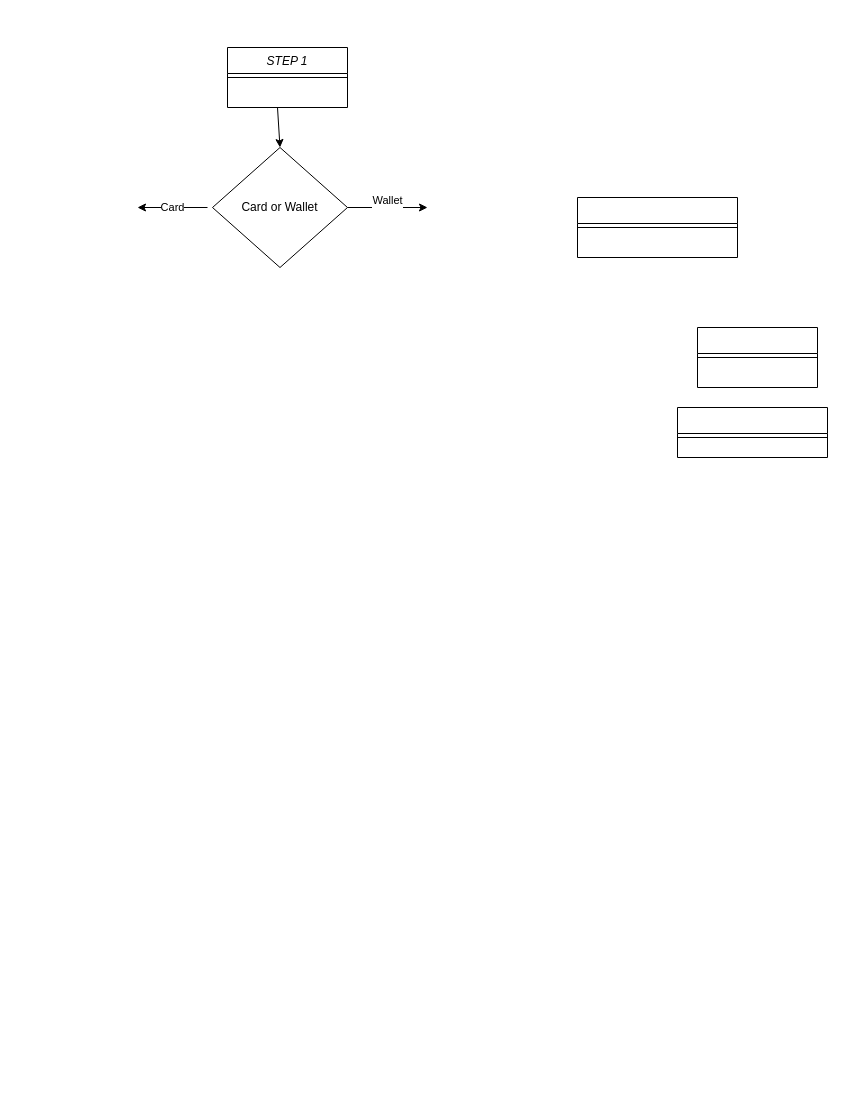
Earlier version of the draw.io diagram page "Payment & Wallet" (1 of 2) of Untitled Diagram.drawio (Alexander92j/Fintech-PF7-Team5). Source tidied: cells renumbered, new cells numbered last; positions are measured from the earlier drawing's top-left corner, leaving out a move shared by most shapes. Both pictures are drawn from the tidied source at 100%, with x=0, y=0 at pixel (137, 47).
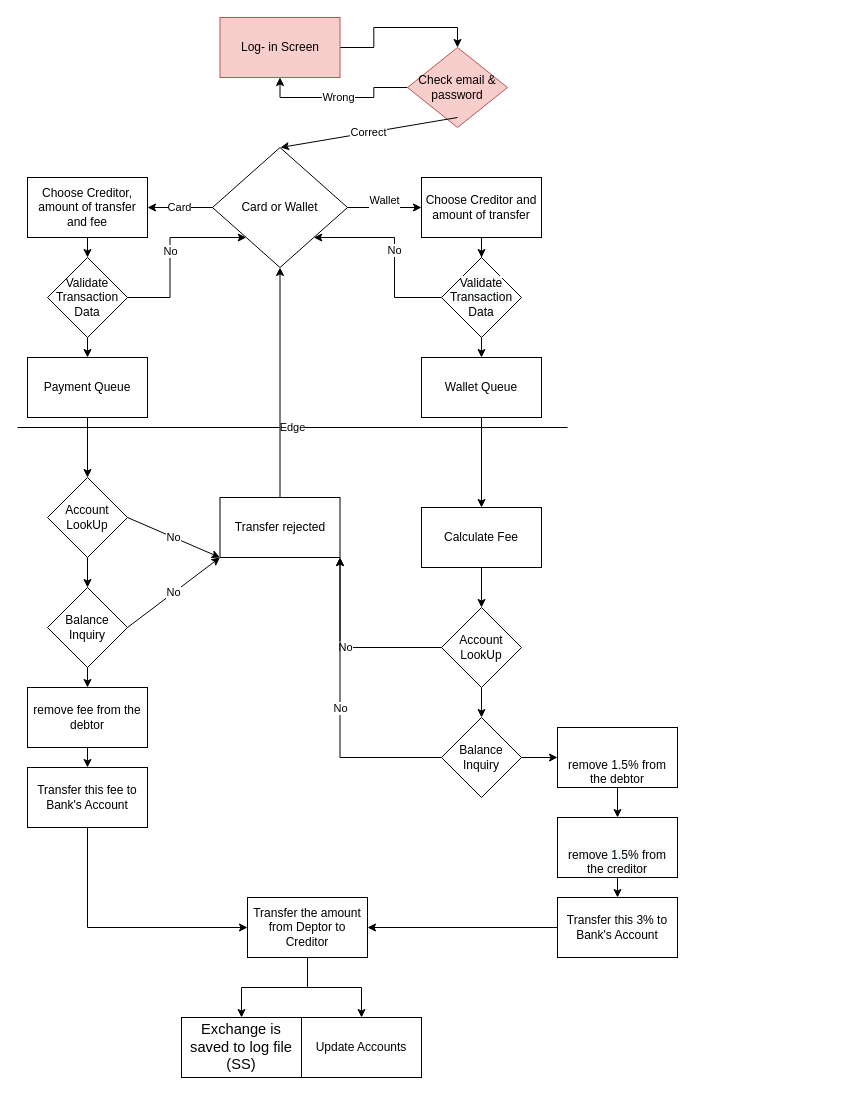
Above is the later version.

The change refers to these unchanged cells:
```xml
<mxCell id="10" value="&lt;div&gt;Card or Wallet &lt;/div&gt;" style="rhombus;whiteSpace=wrap;html=1;" parent="1" vertex="1">
  <mxGeometry x="75" y="100" width="135" height="120" as="geometry" />
</mxCell>
```

What changed in the source:
```diff
@@
-    <mxCell id="2" value="STEP 1 " style="swimlane;fontStyle=2;align=center;verticalAlign=top;horizontal=1;startSize=26;rounded=0;shadow=0;strokeWidth=1;" parent="1" vertex="1">
-      <mxGeometry x="90" width="120" height="60" as="geometry" />
-    </mxCell>
-    <mxCell id="3" style="line;html=1;strokeWidth=1;align=left;verticalAlign=middle;spacingTop=-1;spacingLeft=3;spacingRight=3;labelPosition=right;" parent="2" vertex="1">
-      <mxGeometry y="26" width="120" height="8" as="geometry" />
-    </mxCell>
-    <mxCell id="4" style="swimlane;fontStyle=0;align=center;verticalAlign=top;horizontal=1;startSize=26;rounded=0;shadow=0;strokeWidth=1;" parent="1" vertex="1">
-      <mxGeometry x="560" y="280" width="120" height="60" as="geometry" />
-    </mxCell>
-    <mxCell id="5" style="line;html=1;strokeWidth=1;align=left;verticalAlign=middle;spacingTop=-1;spacingLeft=3;spacingRight=3;labelPosition=right;" parent="4" vertex="1">
-      <mxGeometry y="26" width="120" height="8" as="geometry" />
-    </mxCell>
-    <mxCell id="6" style="swimlane;fontStyle=0;align=center;verticalAlign=top;horizontal=1;startSize=26;rounded=0;shadow=0;strokeWidth=1;" parent="1" vertex="1">
-      <mxGeometry x="540" y="360" width="150" height="50" as="geometry" />
-    </mxCell>
-    <mxCell id="7" style="line;html=1;strokeWidth=1;align=left;verticalAlign=middle;spacingTop=-1;spacingLeft=3;spacingRight=3;labelPosition=right;" parent="6" vertex="1">
-      <mxGeometry y="26" width="150" height="8" as="geometry" />
-    </mxCell>
-    <mxCell id="8" style="swimlane;fontStyle=0;align=center;verticalAlign=top;horizontal=1;startSize=26;rounded=0;shadow=0;strokeWidth=1;" parent="1" vertex="1">
-      <mxGeometry x="440" y="150" width="160" height="60" as="geometry" />
-    </mxCell>
-    <mxCell id="9" style="line;html=1;strokeWidth=1;align=left;verticalAlign=middle;spacingTop=-1;spacingLeft=3;spacingRight=3;labelPosition=right;" parent="8" vertex="1">
-      <mxGeometry y="26" width="160" height="8" as="geometry" />
-    </mxCell>
@@
-    <mxCell id="11" style="endArrow=classic;html=1;rounded=0;entryX=0.5;entryY=0;entryDx=0;entryDy=0;" parent="1" edge="1" target="10">
-      <mxGeometry relative="1" as="geometry">
-        <mxPoint x="140" y="60" as="sourcePoint" />
-      </mxGeometry>
-    </mxCell>
-    <mxCell id="12" value="&lt;div&gt;Wallet&lt;/div&gt;&lt;div&gt;&lt;br&gt;&lt;/div&gt;" style="endArrow=classic;html=1;rounded=0;exitX=1;exitY=0.5;exitDx=0;exitDy=0;" parent="1" edge="1" source="10">
-      <mxGeometry relative="1" as="geometry">
-        <mxPoint x="290" y="160" as="targetPoint" />
-      </mxGeometry>
+    <mxCell id="12" value="&lt;div&gt;Wallet&lt;/div&gt;&lt;div&gt;&lt;br&gt;&lt;/div&gt;" style="endArrow=classic;html=1;rounded=0;exitX=1;exitY=0.5;exitDx=0;exitDy=0;entryX=0;entryY=0.5;entryDx=0;entryDy=0;" parent="1" edge="1" source="10" target="27">
+      <mxGeometry relative="1" as="geometry" />
     </mxCell>
-    <mxCell id="13" value="Card" style="endArrow=classic;html=1;rounded=0;" parent="1" edge="1">
-      <mxGeometry relative="1" as="geometry">
-        <mxPoint x="70" y="160" as="sourcePoint" />
-        <mxPoint y="160" as="targetPoint" />
-      </mxGeometry>
+    <mxCell id="13" value="Card" style="endArrow=classic;html=1;rounded=0;exitX=0;exitY=0.5;exitDx=0;exitDy=0;" parent="1" edge="1" source="10" target="15">
+      <mxGeometry relative="1" as="geometry" />
     </mxCell>
+    <mxCell id="14" style="edgeStyle=orthogonalEdgeStyle;rounded=0;jettySize=auto;html=1;exitX=0.5;exitY=1;exitDx=0;exitDy=0;entryX=0.5;entryY=0;entryDx=0;entryDy=0;" parent="1" edge="1" source="15" target="63">
+      <mxGeometry relative="1" as="geometry" />
+    </mxCell>
+    <mxCell id="15" value="&lt;span style=&quot;font-family: &amp;#34;helvetica&amp;#34;&quot;&gt;Choose Creditor, amount of transfer and fee&lt;/span&gt;" style="rounded=0;whiteSpace=wrap;html=1;" parent="1" vertex="1">
+      <mxGeometry x="-110" y="130" width="120" height="60" as="geometry" />
+    </mxCell>
+    <mxCell id="16" style="edgeStyle=orthogonalEdgeStyle;rounded=0;jettySize=auto;html=1;" parent="1" edge="1" source="17" target="20">
+      <mxGeometry relative="1" as="geometry" />
+    </mxCell>
+    <mxCell id="17" value="Transfer this 3% to Bank's Account" style="whiteSpace=wrap;html=1;" parent="1" vertex="1">
+      <mxGeometry x="420" y="850" width="120" height="60" as="geometry" />
+    </mxCell>
+    <mxCell id="18" style="edgeStyle=orthogonalEdgeStyle;rounded=0;jettySize=auto;html=1;" parent="1" edge="1" source="20" target="45">
+      <mxGeometry relative="1" as="geometry" />
+    </mxCell>
+    <mxCell id="19" style="edgeStyle=orthogonalEdgeStyle;rounded=0;jettySize=auto;html=1;" parent="1" edge="1" source="20" target="46">
+      <mxGeometry relative="1" as="geometry" />
+    </mxCell>
+    <mxCell id="20" value="Transfer the amount from Deptor to Creditor" style="whiteSpace=wrap;html=1;" parent="1" vertex="1">
+      <mxGeometry x="110" y="850" width="120" height="60" as="geometry" />
+    </mxCell>
+    <mxCell id="21" value="Wrong" style="edgeStyle=orthogonalEdgeStyle;rounded=0;jettySize=auto;html=1;exitX=0;exitY=0.5;exitDx=0;exitDy=0;entryX=0.5;entryY=1;entryDx=0;entryDy=0;" parent="1" edge="1" source="22" target="24">
+      <mxGeometry relative="1" as="geometry" />
+    </mxCell>
+    <mxCell id="22" value="Check email &amp;amp; password" style="rhombus;whiteSpace=wrap;html=1;fillColor=#f8cecc;strokeColor=#b85450;" parent="1" vertex="1">
+      <mxGeometry x="270" width="100" height="80" as="geometry" />
+    </mxCell>
+    <mxCell id="23" style="edgeStyle=orthogonalEdgeStyle;rounded=0;jettySize=auto;html=1;exitX=1;exitY=0.5;exitDx=0;exitDy=0;entryX=0.5;entryY=0;entryDx=0;entryDy=0;" parent="1" edge="1" source="24" target="22">
+      <mxGeometry relative="1" as="geometry" />
+    </mxCell>
+    <mxCell id="24" value="Log- in Screen" style="rounded=0;whiteSpace=wrap;html=1;fillColor=#f8cecc;strokeColor=#b85450;" parent="1" vertex="1">
+      <mxGeometry x="82.5" y="-30" width="120" height="60" as="geometry" />
+    </mxCell>
+    <mxCell id="25" value="Correct" style="endArrow=classic;html=1;rounded=0;exitX=0.5;exitY=1;exitDx=0;exitDy=0;" parent="1" edge="1">
+      <mxGeometry relative="1" as="geometry">
+        <mxPoint x="320" y="70" as="sourcePoint" />
+        <mxPoint x="143" y="100" as="targetPoint" />
+      </mxGeometry>
+    </mxCell>
+    <mxCell id="26" style="edgeStyle=orthogonalEdgeStyle;rounded=0;jettySize=auto;html=1;exitX=0.5;exitY=1;exitDx=0;exitDy=0;" parent="1" edge="1" source="27" target="61">
+      <mxGeometry relative="1" as="geometry" />
+    </mxCell>
+    <mxCell id="27" value="Choose Creditor and amount of transfer" style="rounded=0;whiteSpace=wrap;html=1;" parent="1" vertex="1">
+      <mxGeometry x="284" y="130" width="120" height="60" as="geometry" />
+    </mxCell>
+    <mxCell id="28" style="edgeStyle=orthogonalEdgeStyle;rounded=0;jettySize=auto;html=1;" parent="1" edge="1" source="29" target="31">
+      <mxGeometry relative="1" as="geometry" />
+    </mxCell>
+    <mxCell id="29" value="Wallet Queue" style="whiteSpace=wrap;html=1;rounded=0;" parent="1" vertex="1">
+      <mxGeometry x="284" y="310" width="120" height="60" as="geometry" />
+    </mxCell>
+    <mxCell id="30" value="Edge" style="endArrow=none;html=1;rounded=0;" parent="1" edge="1">
+      <mxGeometry relative="1" as="geometry">
+        <mxPoint x="-120" y="380" as="sourcePoint" />
+        <mxPoint x="430" y="380" as="targetPoint" />
+      </mxGeometry>
+    </mxCell>
+    <mxCell id="31" value="Calculate Fee" style="whiteSpace=wrap;html=1;rounded=0;" parent="1" vertex="1">
+      <mxGeometry x="284" y="460" width="120" height="60" as="geometry" />
+    </mxCell>
+    <mxCell id="32" style="edgeStyle=orthogonalEdgeStyle;rounded=0;jettySize=auto;html=1;" parent="1" edge="1" source="34" target="40">
+      <mxGeometry relative="1" as="geometry" />
+    </mxCell>
+    <mxCell id="33" value="No" style="edgeStyle=orthogonalEdgeStyle;rounded=0;jettySize=auto;html=1;exitX=0;exitY=0.5;exitDx=0;exitDy=0;entryX=1;entryY=1;entryDx=0;entryDy=0;" parent="1" edge="1" source="34" target="36">
+      <mxGeometry relative="1" as="geometry" />
+    </mxCell>
+    <mxCell id="34" value="Account LookUp" style="rhombus;whiteSpace=wrap;html=1;" parent="1" vertex="1">
+      <mxGeometry x="304" y="560" width="80" height="80" as="geometry" />
+    </mxCell>
+    <mxCell id="35" style="endArrow=classic;html=1;rounded=0;entryX=0.5;entryY=0;entryDx=0;entryDy=0;exitX=0.5;exitY=1;exitDx=0;exitDy=0;" parent="1" edge="1" source="31" target="34">
+      <mxGeometry relative="1" as="geometry" />
+    </mxCell>
+    <mxCell id="36" value="Transfer rejected" style="whiteSpace=wrap;html=1;" parent="1" vertex="1">
+      <mxGeometry x="82.5" y="450" width="120" height="60" as="geometry" />
+    </mxCell>
+    <mxCell id="37" style="endArrow=classic;html=1;rounded=0;exitX=0.5;exitY=0;exitDx=0;exitDy=0;entryX=0.5;entryY=1;entryDx=0;entryDy=0;" parent="1" edge="1" source="36" target="10">
+      <mxGeometry relative="1" as="geometry" />
+    </mxCell>
+    <mxCell id="38" style="edgeStyle=orthogonalEdgeStyle;rounded=0;jettySize=auto;html=1;" parent="1" edge="1" source="40" target="42">
+      <mxGeometry relative="1" as="geometry" />
+    </mxCell>
+    <mxCell id="39" value="No" style="edgeStyle=orthogonalEdgeStyle;rounded=0;jettySize=auto;html=1;exitX=0;exitY=0.5;exitDx=0;exitDy=0;entryX=1;entryY=1;entryDx=0;entryDy=0;" parent="1" edge="1" source="40" target="36">
+      <mxGeometry relative="1" as="geometry" />
+    </mxCell>
+    <mxCell id="40" value="Balance Inquiry" style="rhombus;whiteSpace=wrap;html=1;" parent="1" vertex="1">
+      <mxGeometry x="304" y="670" width="80" height="80" as="geometry" />
+    </mxCell>
+    <mxCell id="41" style="edgeStyle=orthogonalEdgeStyle;rounded=0;jettySize=auto;html=1;" parent="1" edge="1" source="42" target="43">
+      <mxGeometry relative="1" as="geometry" />
+    </mxCell>
+    <mxCell id="42" value="&lt;br&gt;&lt;br&gt;remove 1.5% from the debtor&lt;br&gt;" style="whiteSpace=wrap;html=1;" parent="1" vertex="1">
+      <mxGeometry x="420" y="680" width="120" height="60" as="geometry" />
+    </mxCell>
+    <mxCell id="43" value="&lt;br&gt;&lt;br&gt;&lt;span style=&quot;color: rgb(0 , 0 , 0) ; font-family: &amp;#34;helvetica&amp;#34; ; font-size: 12px ; font-style: normal ; font-weight: 400 ; letter-spacing: normal ; text-align: center ; text-indent: 0px ; text-transform: none ; word-spacing: 0px ; background-color: rgb(248 , 249 , 250) ; display: inline ; float: none&quot;&gt;remove 1.5% from the creditor&lt;/span&gt;&lt;br&gt;" style="whiteSpace=wrap;html=1;" parent="1" vertex="1">
+      <mxGeometry x="420" y="770" width="120" height="60" as="geometry" />
+    </mxCell>
+    <mxCell id="44" style="endArrow=classic;html=1;rounded=0;exitX=0.5;exitY=1;exitDx=0;exitDy=0;entryX=0.5;entryY=0;entryDx=0;entryDy=0;" parent="1" edge="1" source="43" target="17">
+      <mxGeometry relative="1" as="geometry" />
+    </mxCell>
+    <mxCell id="45" value="&#10;&#10;&lt;b style=&quot;font-weight: normal&quot; id=&quot;docs-internal-guid-dbb8c8f2-7fff-a67b-86fc-b061e086bc53&quot;&gt;&lt;span style=&quot;font-size: 11pt; font-family: arial; color: rgb(0, 0, 0); background-color: transparent; font-weight: 400; font-style: normal; font-variant: normal; text-decoration: none; vertical-align: baseline;&quot;&gt;Exchange is saved to log file (SS)&lt;/span&gt;&lt;/b&gt;&#10;&#10;" style="whiteSpace=wrap;html=1;" parent="1" vertex="1">
+      <mxGeometry x="44" y="970" width="120" height="60" as="geometry" />
+    </mxCell>
+    <mxCell id="46" value="Update Accounts" style="whiteSpace=wrap;html=1;" parent="1" vertex="1">
+      <mxGeometry x="164" y="970" width="120" height="60" as="geometry" />
+    </mxCell>
+    <mxCell id="47" value="Payment Queue" style="whiteSpace=wrap;html=1;rounded=0;" parent="1" vertex="1">
+      <mxGeometry x="-110" y="310" width="120" height="60" as="geometry" />
+    </mxCell>
+    <mxCell id="48" value="Account LookUp" style="rhombus;whiteSpace=wrap;html=1;" parent="1" vertex="1">
+      <mxGeometry x="-90" y="430" width="80" height="80" as="geometry" />
+    </mxCell>
+    <mxCell id="49" value="Balance Inquiry" style="rhombus;whiteSpace=wrap;html=1;" parent="1" vertex="1">
+      <mxGeometry x="-90" y="540" width="80" height="80" as="geometry" />
+    </mxCell>
+    <mxCell id="50" value="remove fee from the debtor" style="whiteSpace=wrap;html=1;" parent="1" vertex="1">
+      <mxGeometry x="-110" y="640" width="120" height="60" as="geometry" />
+    </mxCell>
+    <mxCell id="51" style="endArrow=classic;html=1;rounded=0;exitX=0.5;exitY=1;exitDx=0;exitDy=0;entryX=0.5;entryY=0;entryDx=0;entryDy=0;" parent="1" edge="1" source="47" target="48">
+      <mxGeometry relative="1" as="geometry" />
+    </mxCell>
+    <mxCell id="52" value="No" style="endArrow=classic;html=1;rounded=0;exitX=1;exitY=0.5;exitDx=0;exitDy=0;entryX=0;entryY=1;entryDx=0;entryDy=0;" parent="1" edge="1" source="48" target="36">
+      <mxGeometry relative="1" as="geometry" />
+    </mxCell>
+    <mxCell id="53" style="endArrow=classic;html=1;rounded=0;exitX=0.5;exitY=1;exitDx=0;exitDy=0;" parent="1" edge="1" source="48" target="49">
+      <mxGeometry relative="1" as="geometry" />
+    </mxCell>
+    <mxCell id="54" value="No" style="endArrow=classic;html=1;rounded=0;exitX=1;exitY=0.5;exitDx=0;exitDy=0;entryX=0;entryY=1;entryDx=0;entryDy=0;" parent="1" edge="1" source="49" target="36">
+      <mxGeometry relative="1" as="geometry" />
+    </mxCell>
+    <mxCell id="55" style="endArrow=classic;html=1;rounded=0;exitX=0.5;exitY=1;exitDx=0;exitDy=0;" parent="1" edge="1" source="49" target="50">
+      <mxGeometry relative="1" as="geometry" />
+    </mxCell>
+    <mxCell id="56" style="edgeStyle=orthogonalEdgeStyle;rounded=0;jettySize=auto;html=1;exitX=0.5;exitY=1;exitDx=0;exitDy=0;entryX=0;entryY=0.5;entryDx=0;entryDy=0;" parent="1" edge="1" source="57" target="20">
+      <mxGeometry relative="1" as="geometry" />
+    </mxCell>
+    <mxCell id="57" value="Transfer this fee to Bank's Account" style="whiteSpace=wrap;html=1;" parent="1" vertex="1">
+      <mxGeometry x="-110" y="720" width="120" height="60" as="geometry" />
+    </mxCell>
+    <mxCell id="58" style="endArrow=classic;html=1;rounded=0;entryX=0.5;entryY=0;entryDx=0;entryDy=0;exitX=0.5;exitY=1;exitDx=0;exitDy=0;" parent="1" edge="1" source="50" target="57">
+      <mxGeometry relative="1" as="geometry" />
+    </mxCell>
+    <mxCell id="59" style="edgeStyle=orthogonalEdgeStyle;rounded=0;jettySize=auto;html=1;exitX=0.5;exitY=1;exitDx=0;exitDy=0;entryX=0.5;entryY=0;entryDx=0;entryDy=0;" parent="1" edge="1" source="61" target="29">
+      <mxGeometry relative="1" as="geometry" />
+    </mxCell>
+    <mxCell id="60" value="No" style="edgeStyle=orthogonalEdgeStyle;rounded=0;jettySize=auto;html=1;exitX=0;exitY=0.5;exitDx=0;exitDy=0;entryX=1;entryY=1;entryDx=0;entryDy=0;" parent="1" edge="1" source="61" target="10">
+      <mxGeometry relative="1" as="geometry" />
+    </mxCell>
+    <mxCell id="61" value="&#10;&#10;&lt;span style=&quot;color: rgb(0, 0, 0); font-family: helvetica; font-size: 12px; font-style: normal; font-weight: 400; letter-spacing: normal; text-align: center; text-indent: 0px; text-transform: none; word-spacing: 0px; background-color: rgb(248, 249, 250); display: inline; float: none;&quot;&gt;Validate Transaction Data&lt;/span&gt;&#10;&#10;" style="rhombus;whiteSpace=wrap;html=1;" parent="1" vertex="1">
+      <mxGeometry x="304" y="210" width="80" height="80" as="geometry" />
+    </mxCell>
+    <mxCell id="62" value="No" style="edgeStyle=orthogonalEdgeStyle;rounded=0;jettySize=auto;html=1;exitX=1;exitY=0.5;exitDx=0;exitDy=0;entryX=0;entryY=1;entryDx=0;entryDy=0;" parent="1" edge="1" source="63" target="10">
+      <mxGeometry relative="1" as="geometry" />
+    </mxCell>
+    <mxCell id="63" value="Validate Transaction Data" style="rhombus;whiteSpace=wrap;html=1;" parent="1" vertex="1">
+      <mxGeometry x="-90" y="210" width="80" height="80" as="geometry" />
+    </mxCell>
+    <mxCell id="64" style="endArrow=classic;html=1;rounded=0;exitX=0.5;exitY=1;exitDx=0;exitDy=0;entryX=0.5;entryY=0;entryDx=0;entryDy=0;" parent="1" edge="1" source="63" target="47">
+      <mxGeometry relative="1" as="geometry" />
+    </mxCell>
```
